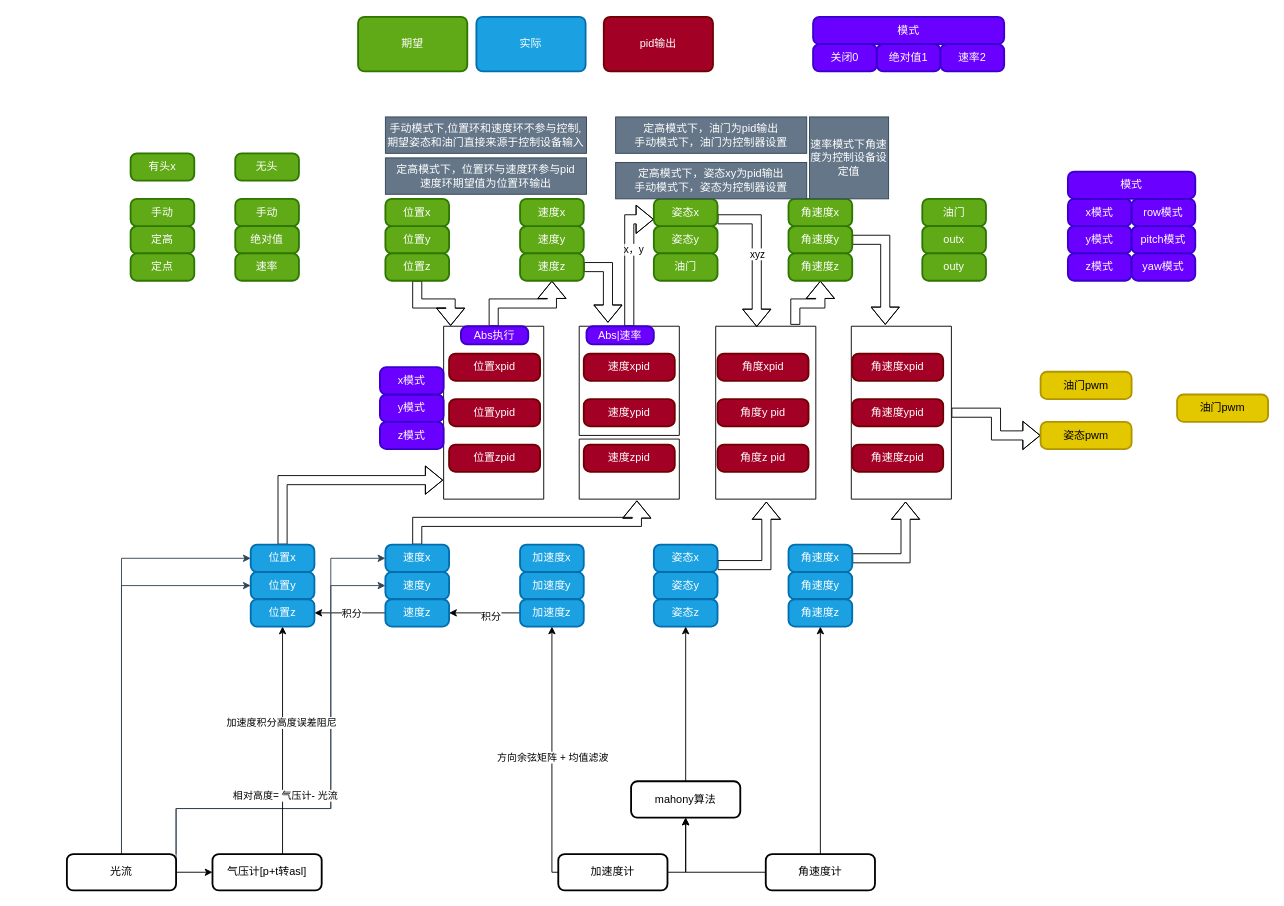
Before: fly.drawio in renxinlin/-, a draw.io diagram. Source tidied: cells renumbered, new cells numbered last; positions are measured from the earlier drawing's top-left corner, leaving out a move shared by most shapes. Both pictures are drawn from the tidied source at 91%, with x=0, y=0 at pixel (66, 16).
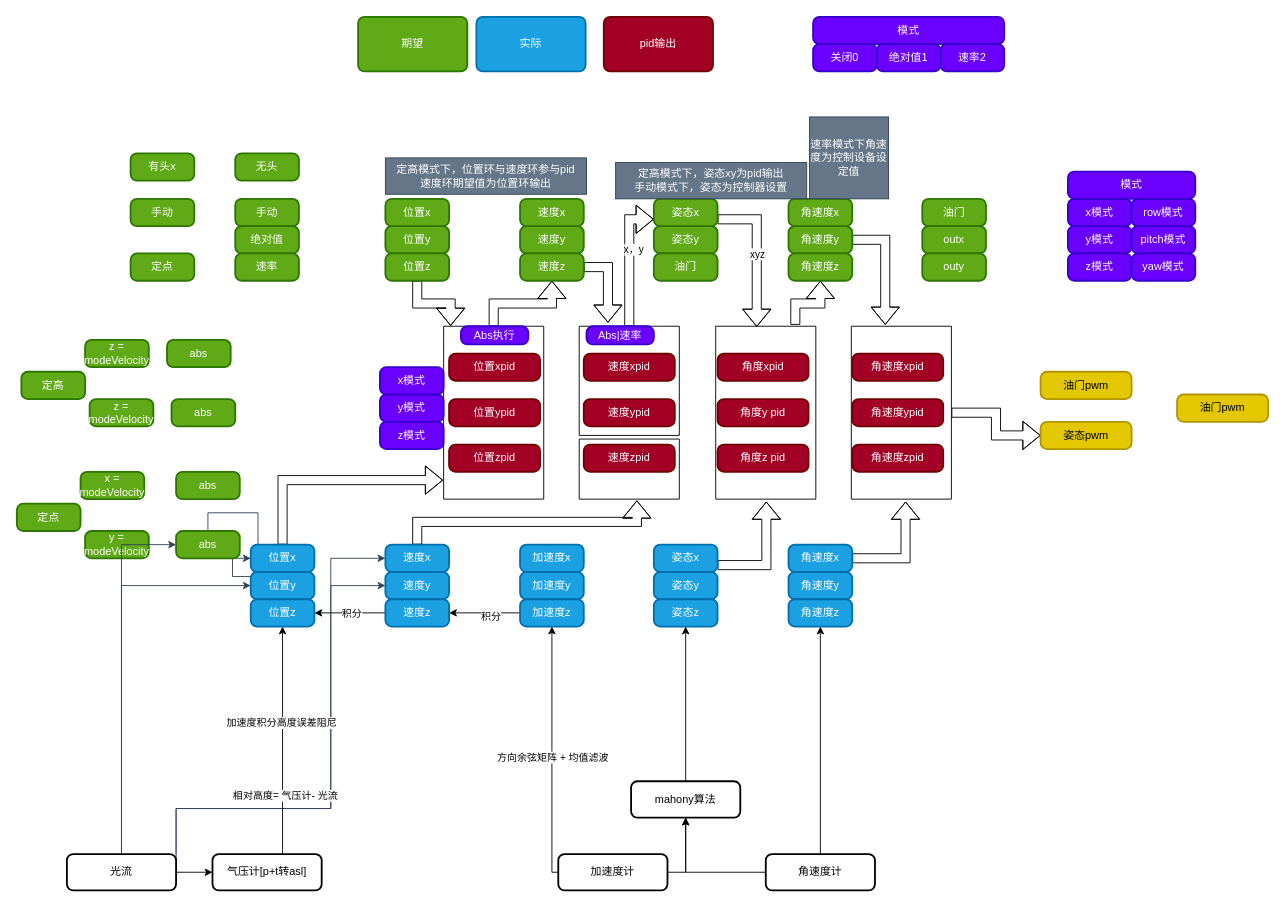
After the change.

The change refers to these unchanged cells:
```xml
<mxCell id="62" value="光流" style="rounded=1;whiteSpace=wrap;html=1;absoluteArcSize=1;arcSize=14;strokeWidth=2;" parent="1" vertex="1">
  <mxGeometry y="920" width="120" height="40" as="geometry" />
</mxCell>
<mxCell id="78" value="位置x" style="rounded=1;whiteSpace=wrap;html=1;absoluteArcSize=1;arcSize=14;strokeWidth=2;fillColor=#1ba1e2;fontColor=#ffffff;strokeColor=#006EAF;" parent="1" vertex="1">
  <mxGeometry x="202" y="580" width="70" height="30" as="geometry" />
</mxCell>
```

Diff of the diagram source:
```diff
@@
-    <mxCell id="2" value="手动模式下,位置环和速度环不参与控制,期望姿态和油门直接来源于控制设备输入" style="rounded=0;whiteSpace=wrap;html=1;fillColor=#647687;fontColor=#ffffff;strokeColor=#314354;" parent="1" vertex="1">
-      <mxGeometry x="350" y="110" width="221" height="40" as="geometry" />
-    </mxCell>
@@
-    <mxCell id="57" style="edgeStyle=orthogonalEdgeStyle;rounded=0;jettySize=auto;html=1;exitX=0.5;exitY=0;exitDx=0;exitDy=0;entryX=0;entryY=0.5;entryDx=0;entryDy=0;fillColor=#647687;strokeColor=#314354;" parent="1" edge="1" source="62" target="78">
+    <mxCell id="57" style="edgeStyle=orthogonalEdgeStyle;rounded=0;jettySize=auto;html=1;exitX=0.5;exitY=0;exitDx=0;exitDy=0;entryX=0;entryY=0.5;entryDx=0;entryDy=0;fillColor=#647687;strokeColor=#314354;" parent="1" edge="1" source="130" target="78">
       <mxGeometry relative="1" as="geometry" />
     </mxCell>
@@
     <mxCell id="107" value="定高" style="rounded=1;whiteSpace=wrap;html=1;absoluteArcSize=1;arcSize=14;strokeWidth=2;fillColor=#60a917;fontColor=#ffffff;strokeColor=#2D7600;" parent="1" vertex="1">
-      <mxGeometry x="70" y="230" width="70" height="30" as="geometry" />
+      <mxGeometry x="-50" y="390" width="70" height="30" as="geometry" />
     </mxCell>
@@
-    <mxCell id="112" value="定高模式下，油门为pid输出&lt;br&gt;手动模式下，油门为控制器设置" style="rounded=0;whiteSpace=wrap;html=1;fillColor=#647687;fontColor=#ffffff;strokeColor=#314354;" parent="1" vertex="1">
-      <mxGeometry x="603" y="110" width="210" height="40" as="geometry" />
-    </mxCell>
@@
+    <mxCell id="121" value="z = modeVelocity" style="rounded=1;whiteSpace=wrap;html=1;absoluteArcSize=1;arcSize=14;strokeWidth=2;fillColor=#60a917;fontColor=#ffffff;strokeColor=#2D7600;" parent="1" vertex="1">
+      <mxGeometry x="20" y="355" width="70" height="30" as="geometry" />
+    </mxCell>
+    <mxCell id="122" value="abs" style="rounded=1;whiteSpace=wrap;html=1;absoluteArcSize=1;arcSize=14;strokeWidth=2;fillColor=#60a917;fontColor=#ffffff;strokeColor=#2D7600;" parent="1" vertex="1">
+      <mxGeometry x="110" y="355" width="70" height="30" as="geometry" />
+    </mxCell>
+    <mxCell id="123" value="z = modeVelocity" style="rounded=1;whiteSpace=wrap;html=1;absoluteArcSize=1;arcSize=14;strokeWidth=2;fillColor=#60a917;fontColor=#ffffff;strokeColor=#2D7600;" parent="1" vertex="1">
+      <mxGeometry x="25" y="420" width="70" height="30" as="geometry" />
+    </mxCell>
+    <mxCell id="124" value="abs" style="rounded=1;whiteSpace=wrap;html=1;absoluteArcSize=1;arcSize=14;strokeWidth=2;fillColor=#60a917;fontColor=#ffffff;strokeColor=#2D7600;" parent="1" vertex="1">
+      <mxGeometry x="115" y="420" width="70" height="30" as="geometry" />
+    </mxCell>
+    <mxCell id="125" value="定点" style="rounded=1;whiteSpace=wrap;html=1;absoluteArcSize=1;arcSize=14;strokeWidth=2;fillColor=#60a917;fontColor=#ffffff;strokeColor=#2D7600;" parent="1" vertex="1">
+      <mxGeometry x="-55" y="535" width="70" height="30" as="geometry" />
+    </mxCell>
+    <mxCell id="126" value="x = modeVelocity" style="rounded=1;whiteSpace=wrap;html=1;absoluteArcSize=1;arcSize=14;strokeWidth=2;fillColor=#60a917;fontColor=#ffffff;strokeColor=#2D7600;" parent="1" vertex="1">
+      <mxGeometry x="15" y="500" width="70" height="30" as="geometry" />
+    </mxCell>
+    <mxCell id="127" value="y = modeVelocity" style="rounded=1;whiteSpace=wrap;html=1;absoluteArcSize=1;arcSize=14;strokeWidth=2;fillColor=#60a917;fontColor=#ffffff;strokeColor=#2D7600;" parent="1" vertex="1">
+      <mxGeometry x="20" y="565" width="70" height="30" as="geometry" />
+    </mxCell>
+    <mxCell id="128" value="abs" style="rounded=1;whiteSpace=wrap;html=1;absoluteArcSize=1;arcSize=14;strokeWidth=2;fillColor=#60a917;fontColor=#ffffff;strokeColor=#2D7600;" parent="1" vertex="1">
+      <mxGeometry x="120" y="500" width="70" height="30" as="geometry" />
+    </mxCell>
+    <mxCell id="129" style="edgeStyle=orthogonalEdgeStyle;rounded=0;jettySize=auto;html=1;exitX=0.5;exitY=0;exitDx=0;exitDy=0;entryX=0;entryY=0.5;entryDx=0;entryDy=0;fillColor=#647687;strokeColor=#314354;" parent="1" edge="1" source="62" target="130">
+      <mxGeometry relative="1" as="geometry" />
+    </mxCell>
+    <mxCell id="130" value="abs" style="rounded=1;whiteSpace=wrap;html=1;absoluteArcSize=1;arcSize=14;strokeWidth=2;fillColor=#60a917;fontColor=#ffffff;strokeColor=#2D7600;" parent="1" vertex="1">
+      <mxGeometry x="120" y="565" width="70" height="30" as="geometry" />
+    </mxCell>
```
